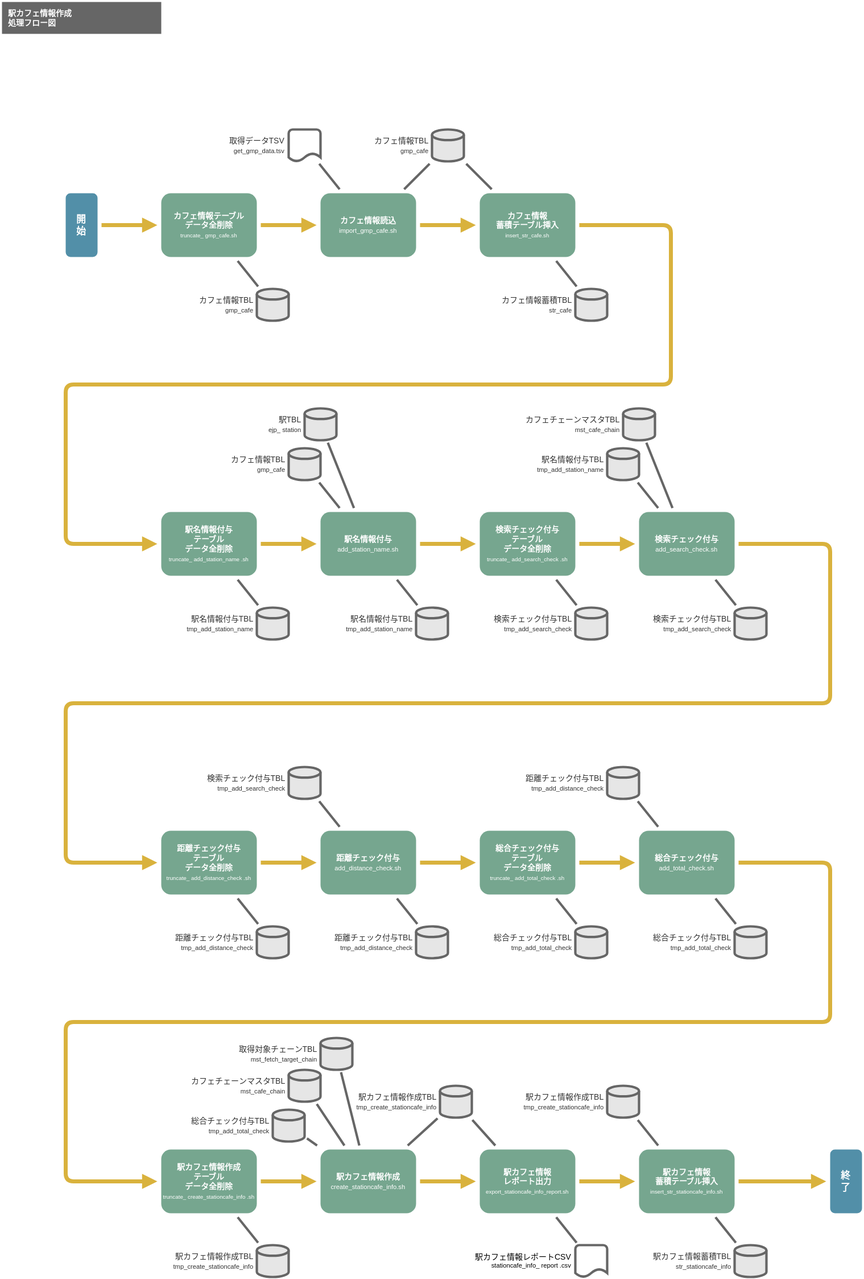
The draw.io diagram doc/201_設計/01510204_駅カフェ情報作成_処理フロー図.drawio.svg in take4bcreators/cafe-train-prj, before a commit. Source tidied: cells renumbered, new cells last; positions are measured from the earlier drawing's top-left corner, leaving out a move shared by most shapes.
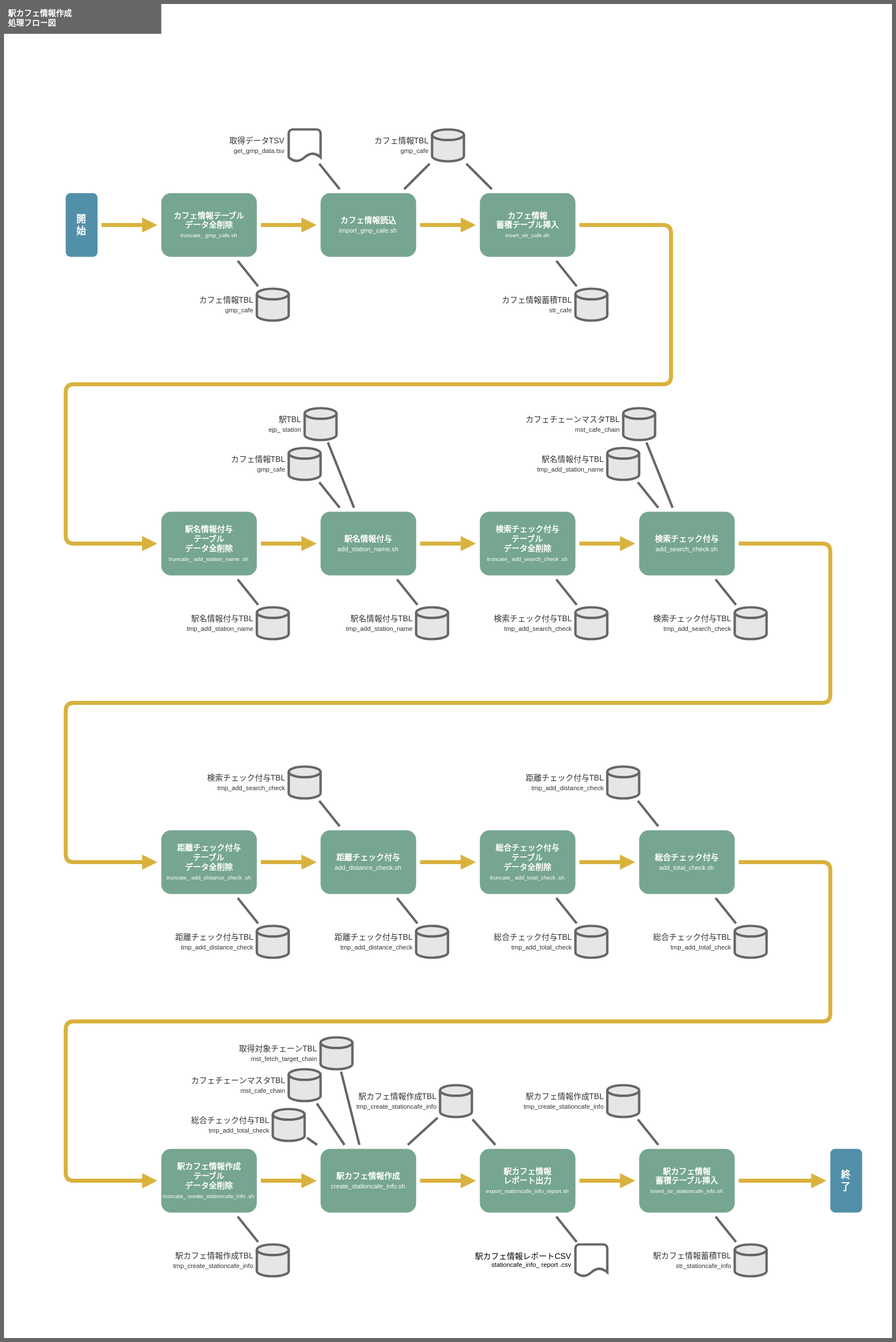
Above is the later version.

Commit message:
処理フロー図更新／Rundeck定義仮作成 #39

Diff of the diagram source:
```diff
@@ -1,6 +1,10 @@
 <mxGraphModel>
   <root>
     <mxCell id="0" />
+    <mxCell id="90" value="背景" parent="0" />
+    <mxCell id="91" style="rounded=0;whiteSpace=wrap;html=1;fillColor=#FFFFFF;strokeColor=#666666;strokeWidth=5;fontSize=10;" parent="90" vertex="1">
+      <mxGeometry width="1120" height="1680" as="geometry" />
+    </mxCell>
     <mxCell id="1" value="メイン" parent="0" />
     <mxCell id="2" style="edgeStyle=none;shape=connector;rounded=1;html=1;labelBackgroundColor=default;fontFamily=Helvetica;fontSize=10;fontColor=default;startArrow=none;endArrow=block;endFill=1;strokeColor=#D9B23D;strokeWidth=5;" parent="1" edge="1" source="3" target="5">
       <mxGeometry relative="1" as="geometry" />
```
